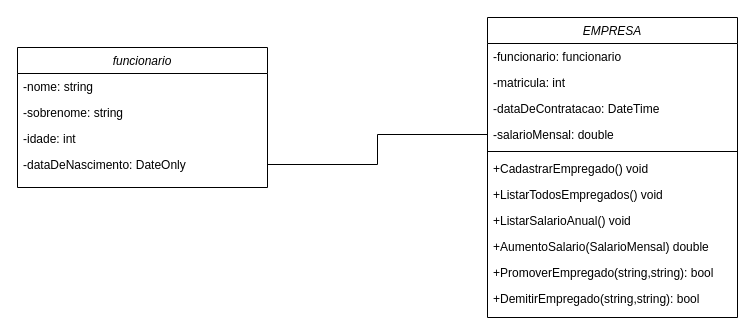
The draw.io diagram DiagramaCadastroFuncionario.drawio in PauloGioffi/CadastrarFuncionario, before the edit. Source tidied: cells renumbered, new cells numbered last; positions are measured from the earlier drawing's top-left corner, leaving out a move shared by most shapes. Both pictures are drawn from the tidied source at 100%, with x=0, y=0 at pixel (17, 17).
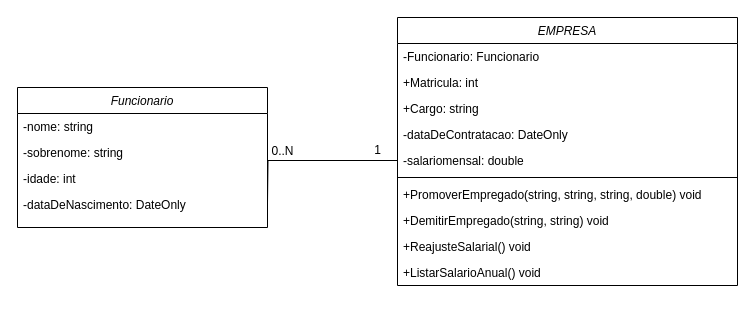
After the change.

Unchanged cells that the change refers to:
```xml
<mxCell id="6" value="-dataDeNascimento: DateOnly&#10;" style="text;align=left;verticalAlign=top;spacingLeft=4;spacingRight=4;overflow=hidden;points=[[0,0.5],[1,0.5]];portConstraint=eastwest;rounded=0;shadow=0;html=0;" parent="2" vertex="1">
  <mxGeometry y="104" width="250" height="26" as="geometry" />
</mxCell>
```

The edit, as a diff of the source:
```diff
@@
-    <mxCell id="2" value="funcionario" style="swimlane;fontStyle=2;align=center;verticalAlign=top;horizontal=1;startSize=26;rounded=0;shadow=0;strokeWidth=1;" parent="1" vertex="1">
-      <mxGeometry y="30" width="250" height="140" as="geometry" />
+    <mxCell id="2" value="Funcionario" style="swimlane;fontStyle=2;align=center;verticalAlign=top;horizontal=1;startSize=26;rounded=0;shadow=0;strokeWidth=1;" parent="1" vertex="1">
+      <mxGeometry y="70" width="250" height="140" as="geometry" />
     </mxCell>
@@
     <mxCell id="7" value="EMPRESA" style="swimlane;fontStyle=2;align=center;verticalAlign=top;horizontal=1;startSize=26;rounded=0;shadow=0;strokeWidth=1;" parent="1" vertex="1">
-      <mxGeometry x="470" width="250" height="300" as="geometry" />
+      <mxGeometry x="380" width="340" height="268" as="geometry" />
     </mxCell>
-    <mxCell id="8" value="-funcionario: funcionario" style="text;align=left;verticalAlign=top;spacingLeft=4;spacingRight=4;overflow=hidden;" parent="7" vertex="1">
-      <mxGeometry y="26" width="250" height="26" as="geometry" />
+    <mxCell id="8" value="-Funcionario: Funcionario" style="text;align=left;verticalAlign=top;spacingLeft=4;spacingRight=4;overflow=hidden;" parent="7" vertex="1">
+      <mxGeometry y="26" width="340" height="26" as="geometry" />
     </mxCell>
-    <mxCell id="9" value="-matricula: int" style="text;align=left;verticalAlign=top;spacingLeft=4;spacingRight=4;overflow=hidden;rounded=0;shadow=0;html=0;" parent="7" vertex="1">
-      <mxGeometry y="52" width="250" height="26" as="geometry" />
+    <mxCell id="9" value="+Matricula: int" style="text;align=left;verticalAlign=top;spacingLeft=4;spacingRight=4;overflow=hidden;rounded=0;shadow=0;html=0;" parent="7" vertex="1">
+      <mxGeometry y="52" width="340" height="26" as="geometry" />
     </mxCell>
+    <mxCell id="20" value="+Cargo: string" style="text;align=left;verticalAlign=top;spacingLeft=4;spacingRight=4;overflow=hidden;rounded=0;shadow=0;html=0;" parent="7" vertex="1">
+      <mxGeometry y="78" width="340" height="26" as="geometry" />
+    </mxCell>
-    <mxCell id="10" value="-dataDeContratacao: DateTime" style="text;align=left;verticalAlign=top;spacingLeft=4;spacingRight=4;overflow=hidden;rounded=0;shadow=0;html=0;" parent="7" vertex="1">
-      <mxGeometry y="78" width="250" height="26" as="geometry" />
+    <mxCell id="10" value="-dataDeContratacao: DateOnly" style="text;align=left;verticalAlign=top;spacingLeft=4;spacingRight=4;overflow=hidden;rounded=0;shadow=0;html=0;" parent="7" vertex="1">
+      <mxGeometry y="104" width="340" height="26" as="geometry" />
     </mxCell>
-    <mxCell id="11" value="-salarioMensal: double" style="text;align=left;verticalAlign=top;spacingLeft=4;spacingRight=4;overflow=hidden;points=[[0,0.5],[1,0.5]];portConstraint=eastwest;rounded=0;shadow=0;html=0;" parent="7" vertex="1">
-      <mxGeometry y="104" width="250" height="26" as="geometry" />
+    <mxCell id="11" value="-salariomensal: double" style="text;align=left;verticalAlign=top;spacingLeft=4;spacingRight=4;overflow=hidden;points=[[0,0.5],[1,0.5]];portConstraint=eastwest;rounded=0;shadow=0;html=0;" parent="7" vertex="1">
+      <mxGeometry y="130" width="340" height="26" as="geometry" />
     </mxCell>
     <mxCell id="12" style="line;html=1;strokeWidth=1;align=left;verticalAlign=middle;spacingTop=-1;spacingLeft=3;spacingRight=3;labelPosition=right;" parent="7" vertex="1">
-      <mxGeometry y="130" width="250" height="8" as="geometry" />
+      <mxGeometry y="156" width="340" height="8" as="geometry" />
     </mxCell>
-    <mxCell id="13" value="+CadastrarEmpregado() void" style="text;align=left;verticalAlign=top;spacingLeft=4;spacingRight=4;overflow=hidden;" parent="7" vertex="1">
-      <mxGeometry y="138" width="250" height="26" as="geometry" />
-    </mxCell>
-    <mxCell id="14" value="+ListarTodosEmpregados() void" style="text;align=left;verticalAlign=top;spacingLeft=4;spacingRight=4;overflow=hidden;" parent="7" vertex="1">
-      <mxGeometry y="164" width="250" height="26" as="geometry" />
-    </mxCell>
-    <mxCell id="15" value="+ListarSalarioAnual() void" style="text;align=left;verticalAlign=top;spacingLeft=4;spacingRight=4;overflow=hidden;" parent="7" vertex="1">
-      <mxGeometry y="190" width="250" height="26" as="geometry" />
+    <mxCell id="15" value="+PromoverEmpregado(string, string, string, double) void" style="text;align=left;verticalAlign=top;spacingLeft=4;spacingRight=4;overflow=hidden;" parent="7" vertex="1">
+      <mxGeometry y="164" width="340" height="26" as="geometry" />
     </mxCell>
-    <mxCell id="16" value="+AumentoSalario(SalarioMensal) double" style="text;align=left;verticalAlign=top;spacingLeft=4;spacingRight=4;overflow=hidden;" parent="7" vertex="1">
-      <mxGeometry y="216" width="250" height="26" as="geometry" />
+    <mxCell id="16" value="+DemitirEmpregado(string, string) void" style="text;align=left;verticalAlign=top;spacingLeft=4;spacingRight=4;overflow=hidden;" parent="7" vertex="1">
+      <mxGeometry y="190" width="340" height="26" as="geometry" />
     </mxCell>
-    <mxCell id="17" value="+PromoverEmpregado(string,string): bool" style="text;align=left;verticalAlign=top;spacingLeft=4;spacingRight=4;overflow=hidden;" parent="7" vertex="1">
-      <mxGeometry y="242" width="250" height="26" as="geometry" />
+    <mxCell id="17" value="+ReajusteSalarial() void" style="text;align=left;verticalAlign=top;spacingLeft=4;spacingRight=4;overflow=hidden;" parent="7" vertex="1">
+      <mxGeometry y="216" width="340" height="26" as="geometry" />
     </mxCell>
-    <mxCell id="18" value="+DemitirEmpregado(string,string): bool" style="text;align=left;verticalAlign=top;spacingLeft=4;spacingRight=4;overflow=hidden;" parent="7" vertex="1">
-      <mxGeometry y="268" width="250" height="26" as="geometry" />
-    </mxCell>
+    <mxCell id="21" value="+ListarSalarioAnual() void" style="text;align=left;verticalAlign=top;spacingLeft=4;spacingRight=4;overflow=hidden;" parent="7" vertex="1">
+      <mxGeometry y="242" width="340" height="26" as="geometry" />
+    </mxCell>
-    <mxCell id="19" style="rounded=0;jettySize=auto;html=1;exitX=0;exitY=0.5;exitDx=0;exitDy=0;strokeColor=default;endArrow=none;endFill=0;entryX=1;entryY=0.5;entryDx=0;entryDy=0;edgeStyle=orthogonalEdgeStyle;" parent="1" edge="1" source="11" target="6">
-      <mxGeometry relative="1" as="geometry" />
+    <mxCell id="19" style="rounded=0;jettySize=auto;html=1;exitX=0;exitY=0.5;exitDx=0;exitDy=0;strokeColor=default;endArrow=none;endFill=0;entryX=1;entryY=0.5;entryDx=0;entryDy=0;edgeStyle=orthogonalEdgeStyle;" parent="1" edge="1" source="11">
+      <mxGeometry relative="1" as="geometry">
+        <mxPoint x="250" y="185" as="targetPoint" />
+      </mxGeometry>
     </mxCell>
+    <mxCell id="22" value="0..N" style="text;html=1;align=center;verticalAlign=middle;strokeColor=none;fillColor=none;" parent="1" vertex="1">
+      <mxGeometry x="240" y="119" width="50" height="30" as="geometry" />
+    </mxCell>
+    <mxCell id="23" value="1" style="text;html=1;align=center;verticalAlign=middle;strokeColor=none;fillColor=none;" parent="1" vertex="1">
+      <mxGeometry x="345" y="118" width="30" height="30" as="geometry" />
+    </mxCell>
```
